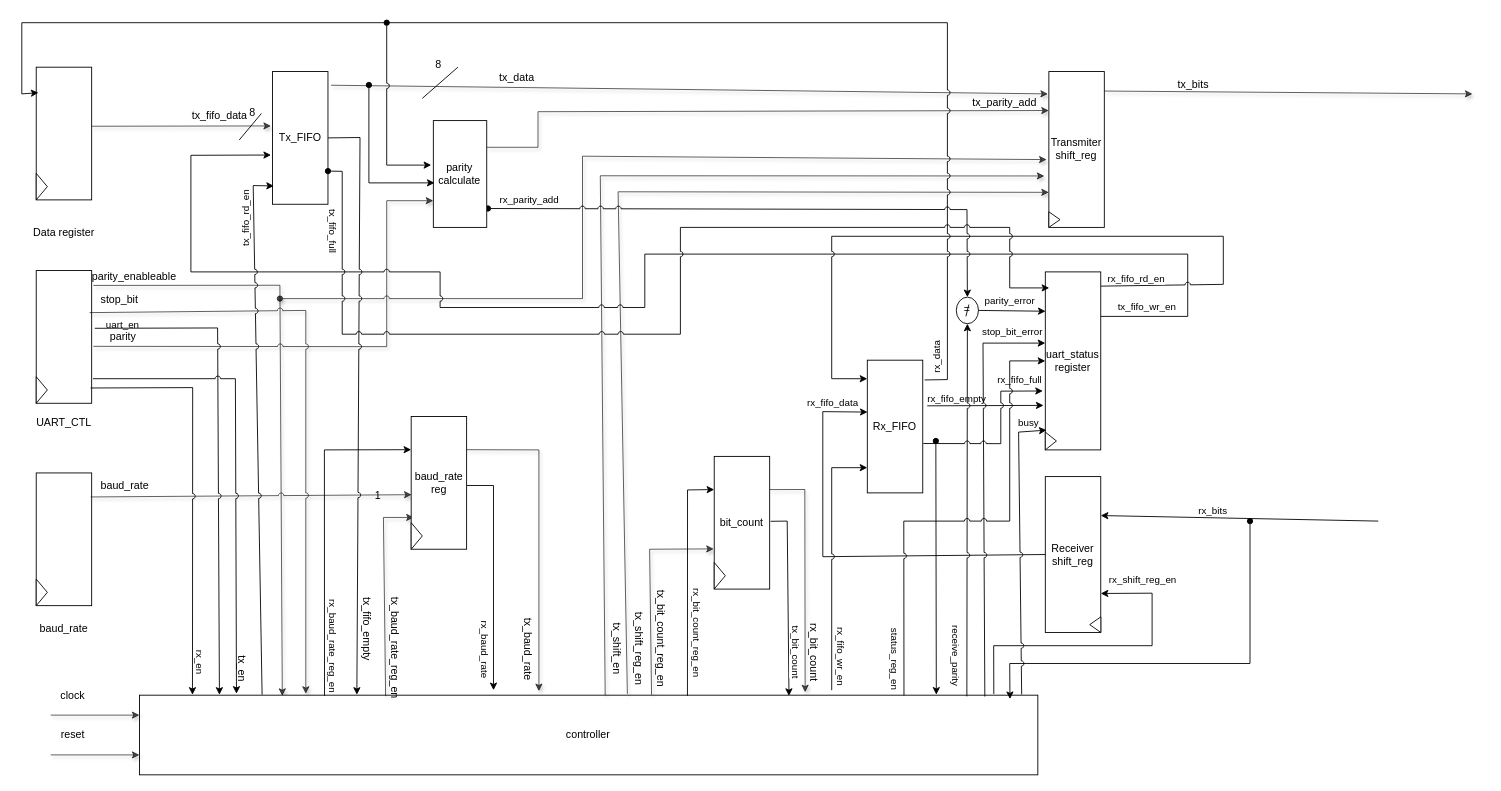
The draw.io diagram page "data_path" (1 of 5) of uart/docs/Tx_Rx_combined.drawio in MuhammadBoota09299/Computer_Architecture_Lab, before the edit. Source tidied: cells renumbered, new cells numbered last; positions are measured from the earlier drawing's top-left corner, leaving out a move shared by most shapes. Both pictures are drawn from the tidied source at 89%, with x=0, y=0 at pixel (21, 22).
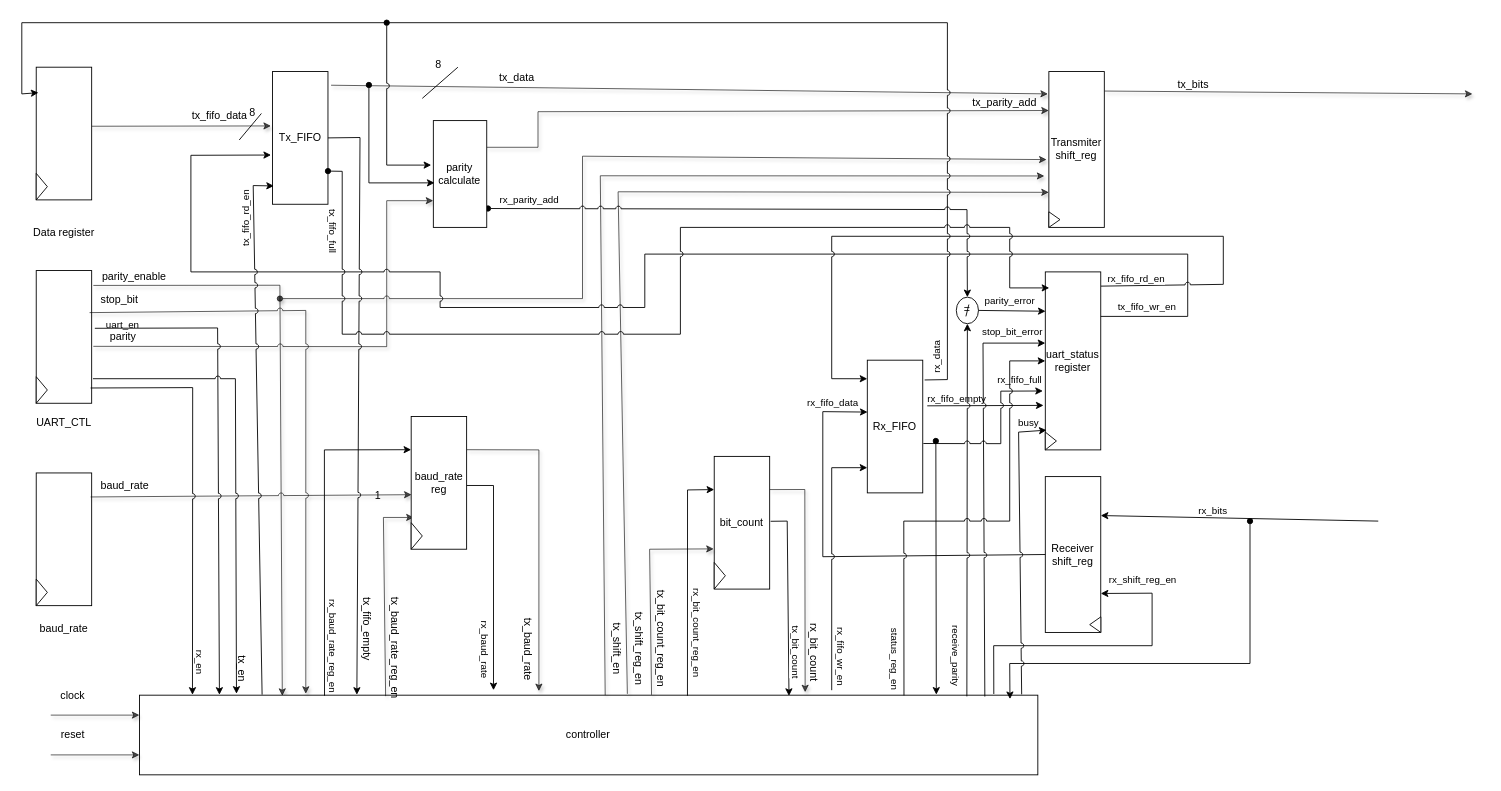
After the change.

Change to the diagram source:
```diff
@@
-    <mxCell id="11" value="parity_enableable" style="text;html=1;align=center;verticalAlign=middle;whiteSpace=wrap;rounded=0;" parent="1" vertex="1">
+    <mxCell id="11" value="parity_enable" style="text;html=1;align=center;verticalAlign=middle;whiteSpace=wrap;rounded=0;" parent="1" vertex="1">
       <mxGeometry x="88.5" y="263.6" width="74.8" height="44.7" as="geometry" />
     </mxCell>
```
